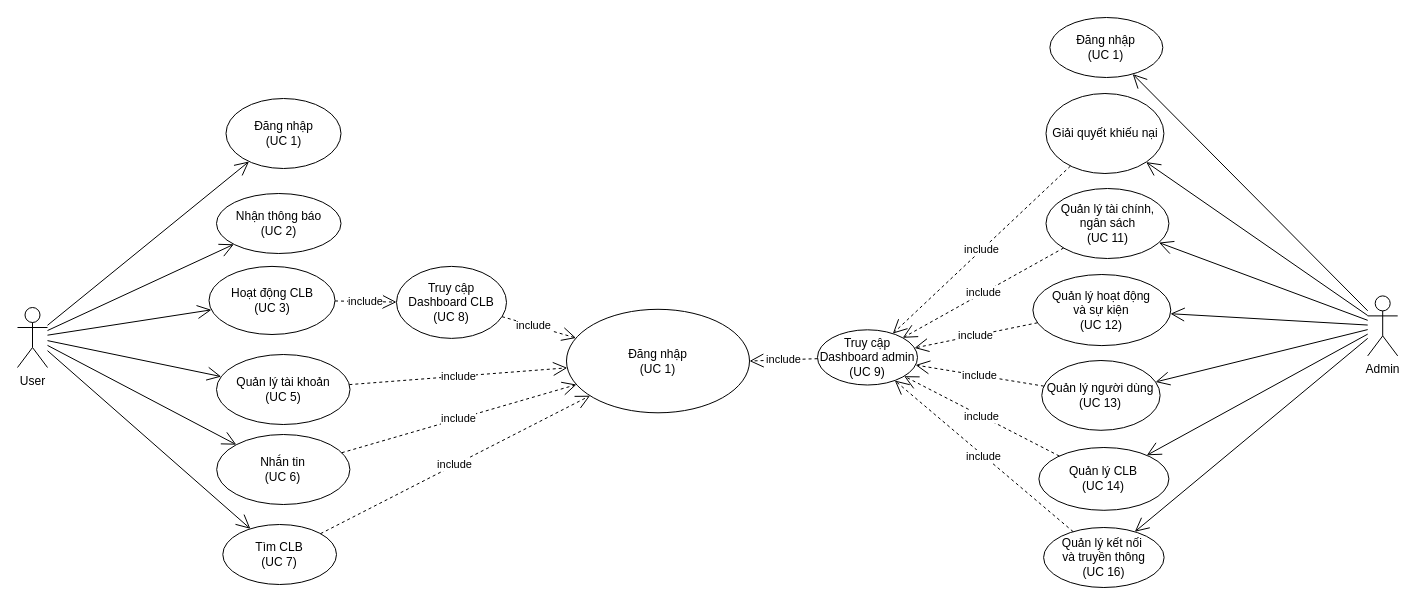
Earlier version of the draw.io diagram page "Use case 1" (1 of 3) of Diagram.drawio (DnhTrn/finall_project). Source tidied: cells renumbered, new cells numbered last; positions are measured from the earlier drawing's top-left corner, leaving out a move shared by most shapes. Both pictures are drawn from the tidied source at 100%, with x=0, y=0 at pixel (17, 17).
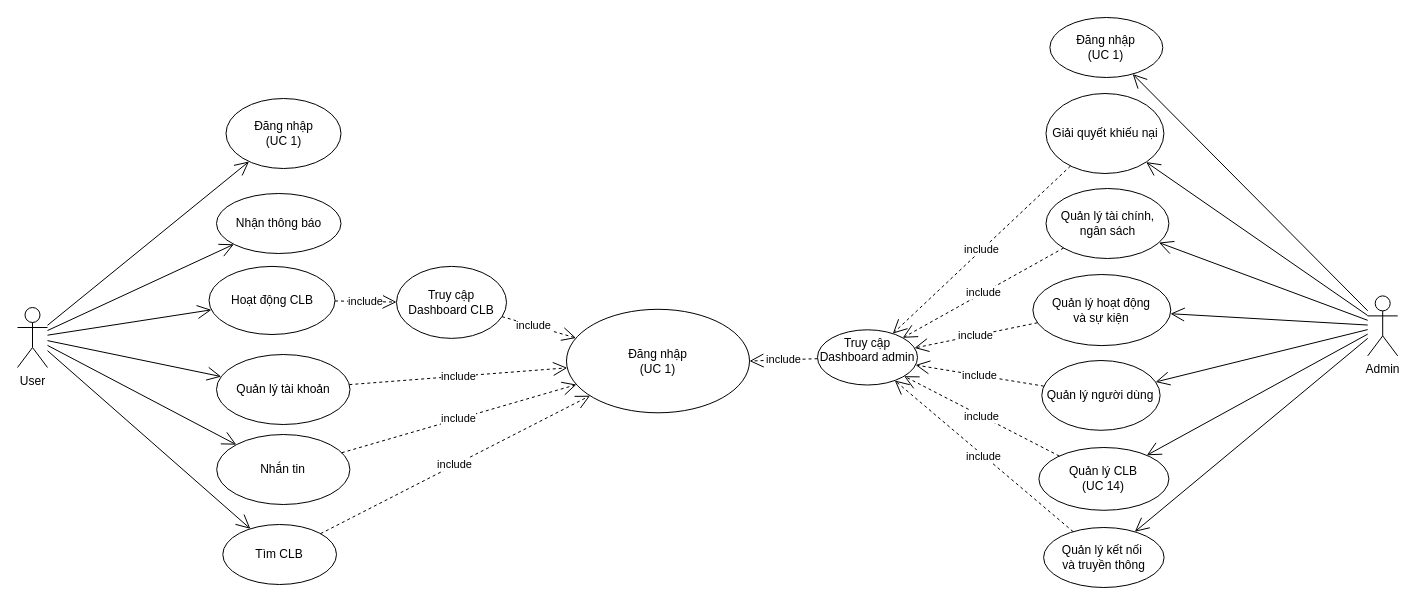
After the change.

What changed in the source:
```diff
@@
-    <mxCell id="4" value="Quản lý tài khoản&lt;div&gt;(UC 5)&lt;/div&gt;" style="ellipse;whiteSpace=wrap;html=1;" parent="1" vertex="1">
+    <mxCell id="4" value="Quản lý tài khoản" style="ellipse;whiteSpace=wrap;html=1;" parent="1" vertex="1">
       <mxGeometry x="199" y="337" width="133.5" height="70" as="geometry" />
     </mxCell>
@@
-    <mxCell id="7" value="Nhận thông báo&lt;div&gt;(UC 2)&lt;/div&gt;" style="ellipse;whiteSpace=wrap;html=1;" parent="1" vertex="1">
+    <mxCell id="7" value="Nhận thông báo" style="ellipse;whiteSpace=wrap;html=1;" parent="1" vertex="1">
       <mxGeometry x="199" y="176" width="124.5" height="60" as="geometry" />
     </mxCell>
@@
-    <mxCell id="11" value="Tìm CLB&lt;div&gt;(UC 7)&lt;/div&gt;" style="ellipse;whiteSpace=wrap;html=1;" parent="1" vertex="1">
+    <mxCell id="11" value="Tìm CLB" style="ellipse;whiteSpace=wrap;html=1;" parent="1" vertex="1">
       <mxGeometry x="205.3" y="507" width="113.7" height="60" as="geometry" />
     </mxCell>
@@
-    <mxCell id="16" value="Hoạt động CLB&lt;div&gt;(UC 3)&lt;/div&gt;" style="ellipse;whiteSpace=wrap;html=1;" parent="1" vertex="1">
+    <mxCell id="16" value="Hoạt động CLB" style="ellipse;whiteSpace=wrap;html=1;" parent="1" vertex="1">
       <mxGeometry x="191.5" y="248.9" width="126" height="68.1" as="geometry" />
     </mxCell>
@@
-    <mxCell id="18" value="Truy cập Dashboard CLB&lt;div&gt;(UC 8)&lt;/div&gt;" style="ellipse;whiteSpace=wrap;html=1;" parent="1" vertex="1">
+    <mxCell id="18" value="Truy cập Dashboard CLB" style="ellipse;whiteSpace=wrap;html=1;" parent="1" vertex="1">
       <mxGeometry x="379" y="248.9" width="110" height="72" as="geometry" />
     </mxCell>
@@
-    <mxCell id="21" value="Truy cập Dashboard admin&lt;div&gt;(UC 9)&lt;/div&gt;" style="ellipse;whiteSpace=wrap;html=1;" parent="1" vertex="1">
+    <mxCell id="21" value="Truy cập Dashboard admin&lt;div&gt;&lt;br&gt;&lt;/div&gt;" style="ellipse;whiteSpace=wrap;html=1;" parent="1" vertex="1">
       <mxGeometry x="800" y="312.3" width="100" height="55.2" as="geometry" />
     </mxCell>
@@
-    <mxCell id="24" value="Nhắn tin&lt;div&gt;(UC 6)&lt;/div&gt;" style="ellipse;whiteSpace=wrap;html=1;direction=south;" parent="1" vertex="1">
+    <mxCell id="24" value="Nhắn tin" style="ellipse;whiteSpace=wrap;html=1;direction=south;" parent="1" vertex="1">
       <mxGeometry x="199.2" y="417" width="133.2" height="70" as="geometry" />
     </mxCell>
@@
-    <mxCell id="27" value="Quản lý hoạt động&lt;div&gt;&lt;span style=&quot;background-color: initial;&quot;&gt;và sự kiện&lt;/span&gt;&lt;/div&gt;&lt;div&gt;&lt;span style=&quot;background-color: initial;&quot;&gt;(UC 12)&lt;/span&gt;&lt;/div&gt;" style="ellipse;whiteSpace=wrap;html=1;" parent="1" vertex="1">
+    <mxCell id="27" value="Quản lý hoạt động&lt;div&gt;&lt;span style=&quot;background-color: initial;&quot;&gt;và sự kiện&lt;/span&gt;&lt;/div&gt;" style="ellipse;whiteSpace=wrap;html=1;" parent="1" vertex="1">
       <mxGeometry x="1015.4" y="257" width="137.9" height="71.1" as="geometry" />
     </mxCell>
@@
-    <mxCell id="29" value="Quản lý tài chính,&lt;div&gt;&lt;span style=&quot;background-color: initial;&quot;&gt;ngân sách&lt;/span&gt;&lt;/div&gt;&lt;div&gt;&lt;span style=&quot;background-color: initial;&quot;&gt;(UC 11)&lt;/span&gt;&lt;/div&gt;" style="ellipse;whiteSpace=wrap;html=1;" parent="1" vertex="1">
+    <mxCell id="29" value="Quản lý tài chính,&lt;div&gt;&lt;span style=&quot;background-color: initial;&quot;&gt;ngân sách&lt;/span&gt;&lt;/div&gt;" style="ellipse;whiteSpace=wrap;html=1;" parent="1" vertex="1">
       <mxGeometry x="1028.5" y="171" width="122.9" height="70" as="geometry" />
     </mxCell>
-    <mxCell id="30" value="Quản lý kết nối&amp;nbsp;&lt;div&gt;và truyền thông&lt;/div&gt;&lt;div&gt;(UC 16)&lt;/div&gt;" style="ellipse;whiteSpace=wrap;html=1;" parent="1" vertex="1">
+    <mxCell id="30" value="Quản lý kết nối&amp;nbsp;&lt;div&gt;và truyền thông&lt;/div&gt;" style="ellipse;whiteSpace=wrap;html=1;" parent="1" vertex="1">
       <mxGeometry x="1026.1" y="510" width="120.5" height="60" as="geometry" />
     </mxCell>
-    <mxCell id="31" value="Quản lý người dùng&lt;div&gt;(UC 13)&lt;/div&gt;" style="ellipse;whiteSpace=wrap;html=1;" parent="1" vertex="1">
+    <mxCell id="31" value="Quản lý người dùng" style="ellipse;whiteSpace=wrap;html=1;" parent="1" vertex="1">
       <mxGeometry x="1024.3" y="343" width="118.3" height="69.8" as="geometry" />
     </mxCell>
```
